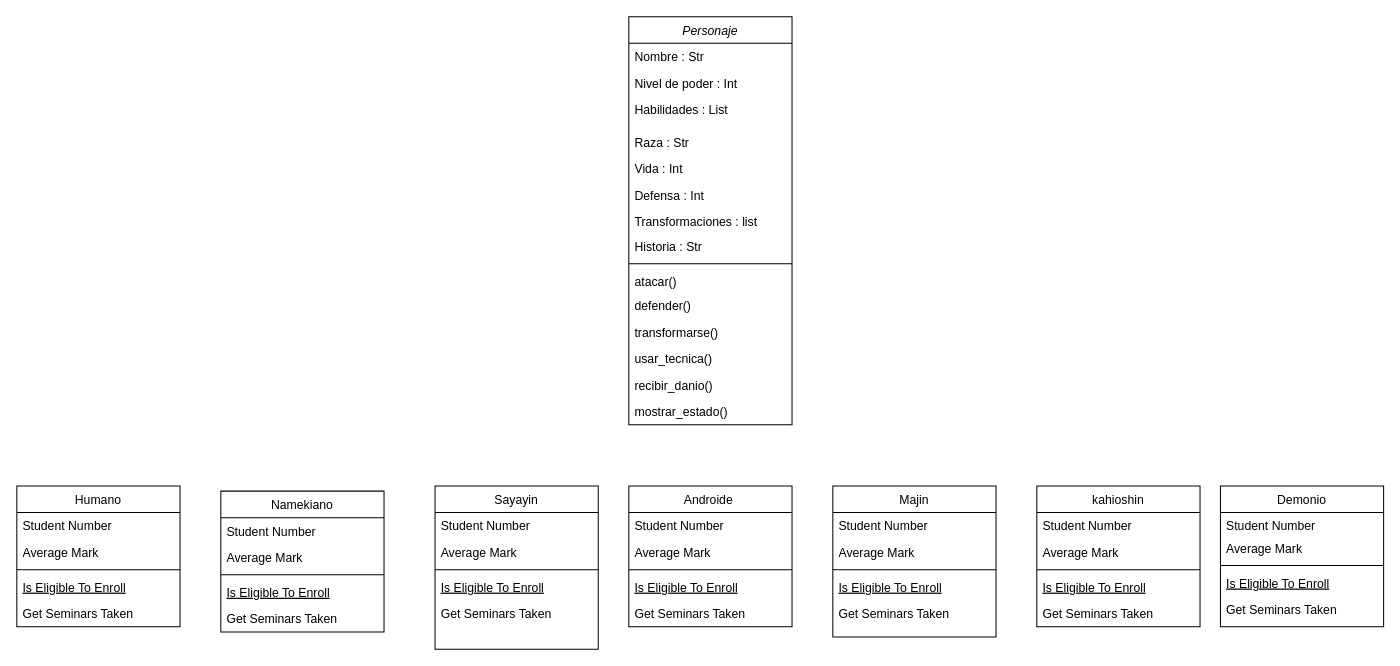
Before: Diagrama de clases.drawio in MatyGonza/Trabajo-Practico-Estructura-de-datos, a draw.io diagram. Source tidied: cells renumbered, new cells numbered last; positions are measured from the earlier drawing's top-left corner, leaving out a move shared by most shapes. Both pictures are drawn from the tidied source at 102%, with x=0, y=0 at pixel (16, 16).
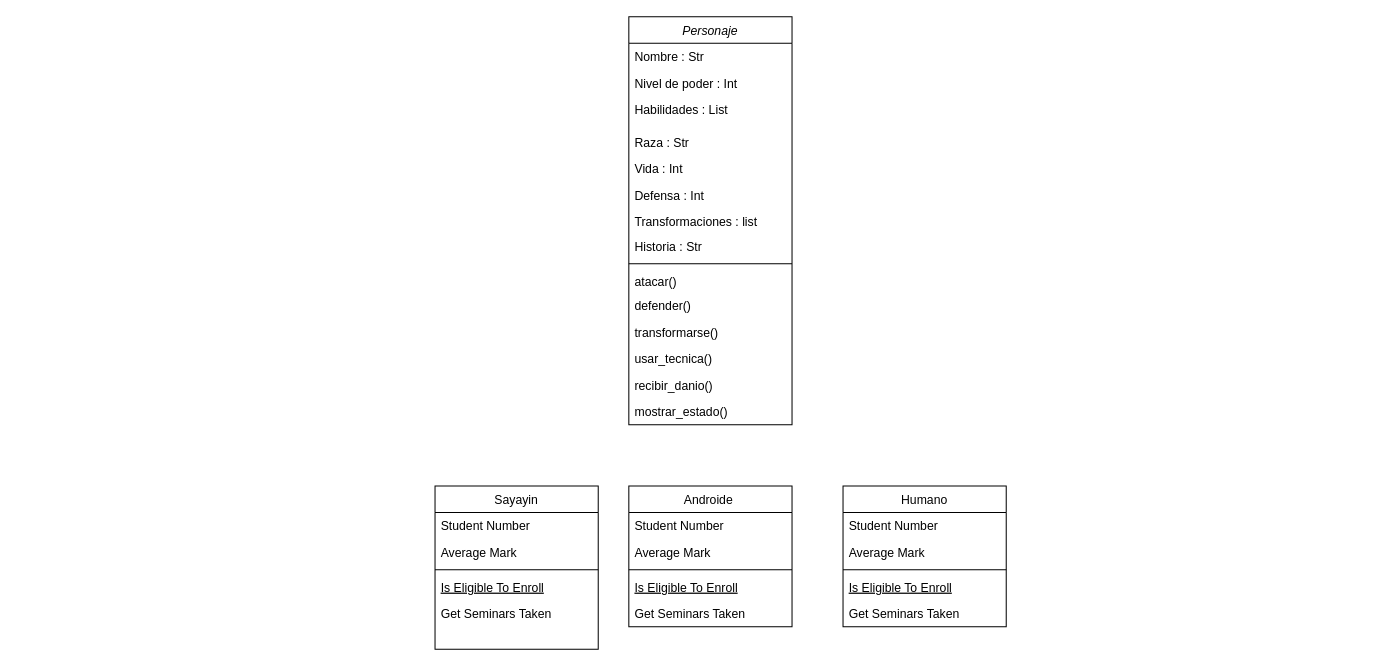
Above is the later version.

Change to the diagram source:
```diff
@@
     <mxCell id="24" value="Humano" style="swimlane;fontStyle=0;align=center;verticalAlign=top;horizontal=1;startSize=26;rounded=0;shadow=0;strokeWidth=1;" parent="1" vertex="1">
-      <mxGeometry y="460" width="160" height="138" as="geometry" />
+      <mxGeometry x="810" y="460" width="160" height="138" as="geometry" />
     </mxCell>
@@
-    <mxCell id="30" value="Namekiano" style="swimlane;fontStyle=0;align=center;verticalAlign=top;horizontal=1;startSize=26;rounded=0;shadow=0;strokeWidth=1;" parent="1" vertex="1">
-      <mxGeometry x="200" y="465" width="160" height="138" as="geometry" />
-    </mxCell>
-    <mxCell id="31" value="Student Number" style="text;align=left;verticalAlign=top;spacingLeft=4;spacingRight=4;overflow=hidden;" parent="30" vertex="1">
-      <mxGeometry y="26" width="160" height="26" as="geometry" />
-    </mxCell>
-    <mxCell id="32" value="Average Mark" style="text;align=left;verticalAlign=top;spacingLeft=4;spacingRight=4;overflow=hidden;rounded=0;shadow=0;html=0;" parent="30" vertex="1">
-      <mxGeometry y="52" width="160" height="26" as="geometry" />
-    </mxCell>
-    <mxCell id="33" style="line;html=1;strokeWidth=1;align=left;verticalAlign=middle;spacingTop=-1;spacingLeft=3;spacingRight=3;labelPosition=right;" parent="30" vertex="1">
-      <mxGeometry y="78" width="160" height="8" as="geometry" />
-    </mxCell>
-    <mxCell id="34" value="Is Eligible To Enroll" style="text;align=left;verticalAlign=top;spacingLeft=4;spacingRight=4;overflow=hidden;fontStyle=4;" parent="30" vertex="1">
-      <mxGeometry y="86" width="160" height="26" as="geometry" />
-    </mxCell>
-    <mxCell id="35" value="Get Seminars Taken" style="text;align=left;verticalAlign=top;spacingLeft=4;spacingRight=4;overflow=hidden;" parent="30" vertex="1">
-      <mxGeometry y="112" width="160" height="26" as="geometry" />
-    </mxCell>
@@
-    <mxCell id="42" value="Majin" style="swimlane;fontStyle=0;align=center;verticalAlign=top;horizontal=1;startSize=26;rounded=0;shadow=0;strokeWidth=1;" parent="1" vertex="1">
-      <mxGeometry x="800" y="460" width="160" height="148" as="geometry" />
-    </mxCell>
-    <mxCell id="43" value="Student Number" style="text;align=left;verticalAlign=top;spacingLeft=4;spacingRight=4;overflow=hidden;" parent="42" vertex="1">
-      <mxGeometry y="26" width="160" height="26" as="geometry" />
-    </mxCell>
-    <mxCell id="44" value="Average Mark" style="text;align=left;verticalAlign=top;spacingLeft=4;spacingRight=4;overflow=hidden;rounded=0;shadow=0;html=0;" parent="42" vertex="1">
-      <mxGeometry y="52" width="160" height="26" as="geometry" />
-    </mxCell>
-    <mxCell id="45" style="line;html=1;strokeWidth=1;align=left;verticalAlign=middle;spacingTop=-1;spacingLeft=3;spacingRight=3;labelPosition=right;" parent="42" vertex="1">
-      <mxGeometry y="78" width="160" height="8" as="geometry" />
-    </mxCell>
-    <mxCell id="46" value="Is Eligible To Enroll" style="text;align=left;verticalAlign=top;spacingLeft=4;spacingRight=4;overflow=hidden;fontStyle=4;" parent="42" vertex="1">
-      <mxGeometry y="86" width="160" height="26" as="geometry" />
-    </mxCell>
-    <mxCell id="47" value="Get Seminars Taken" style="text;align=left;verticalAlign=top;spacingLeft=4;spacingRight=4;overflow=hidden;" parent="42" vertex="1">
-      <mxGeometry y="112" width="160" height="26" as="geometry" />
-    </mxCell>
-    <mxCell id="48" value="Demonio" style="swimlane;fontStyle=0;align=center;verticalAlign=top;horizontal=1;startSize=26;rounded=0;shadow=0;strokeWidth=1;" parent="1" vertex="1">
-      <mxGeometry x="1180" y="460" width="160" height="138" as="geometry" />
-    </mxCell>
-    <mxCell id="49" value="Student Number" style="text;align=left;verticalAlign=top;spacingLeft=4;spacingRight=4;overflow=hidden;" parent="48" vertex="1">
-      <mxGeometry y="26" width="160" height="22" as="geometry" />
-    </mxCell>
-    <mxCell id="50" value="Average Mark" style="text;align=left;verticalAlign=top;spacingLeft=4;spacingRight=4;overflow=hidden;rounded=0;shadow=0;html=0;" parent="48" vertex="1">
-      <mxGeometry y="48" width="160" height="26" as="geometry" />
-    </mxCell>
-    <mxCell id="51" style="line;html=1;strokeWidth=1;align=left;verticalAlign=middle;spacingTop=-1;spacingLeft=3;spacingRight=3;labelPosition=right;" parent="48" vertex="1">
-      <mxGeometry y="74" width="160" height="8" as="geometry" />
-    </mxCell>
-    <mxCell id="52" value="Is Eligible To Enroll" style="text;align=left;verticalAlign=top;spacingLeft=4;spacingRight=4;overflow=hidden;fontStyle=4;" parent="48" vertex="1">
-      <mxGeometry y="82" width="160" height="26" as="geometry" />
-    </mxCell>
-    <mxCell id="53" value="Get Seminars Taken" style="text;align=left;verticalAlign=top;spacingLeft=4;spacingRight=4;overflow=hidden;" parent="48" vertex="1">
-      <mxGeometry y="108" width="160" height="26" as="geometry" />
-    </mxCell>
-    <mxCell id="54" value="kahioshin" style="swimlane;fontStyle=0;align=center;verticalAlign=top;horizontal=1;startSize=26;rounded=0;shadow=0;strokeWidth=1;" parent="1" vertex="1">
-      <mxGeometry x="1000" y="460" width="160" height="138" as="geometry" />
-    </mxCell>
-    <mxCell id="55" value="Student Number" style="text;align=left;verticalAlign=top;spacingLeft=4;spacingRight=4;overflow=hidden;" parent="54" vertex="1">
-      <mxGeometry y="26" width="160" height="26" as="geometry" />
-    </mxCell>
-    <mxCell id="56" value="Average Mark" style="text;align=left;verticalAlign=top;spacingLeft=4;spacingRight=4;overflow=hidden;rounded=0;shadow=0;html=0;" parent="54" vertex="1">
-      <mxGeometry y="52" width="160" height="26" as="geometry" />
-    </mxCell>
-    <mxCell id="57" style="line;html=1;strokeWidth=1;align=left;verticalAlign=middle;spacingTop=-1;spacingLeft=3;spacingRight=3;labelPosition=right;" parent="54" vertex="1">
-      <mxGeometry y="78" width="160" height="8" as="geometry" />
-    </mxCell>
-    <mxCell id="58" value="Is Eligible To Enroll" style="text;align=left;verticalAlign=top;spacingLeft=4;spacingRight=4;overflow=hidden;fontStyle=4;" parent="54" vertex="1">
-      <mxGeometry y="86" width="160" height="26" as="geometry" />
-    </mxCell>
-    <mxCell id="59" value="Get Seminars Taken" style="text;align=left;verticalAlign=top;spacingLeft=4;spacingRight=4;overflow=hidden;" parent="54" vertex="1">
-      <mxGeometry y="112" width="160" height="26" as="geometry" />
-    </mxCell>
```
